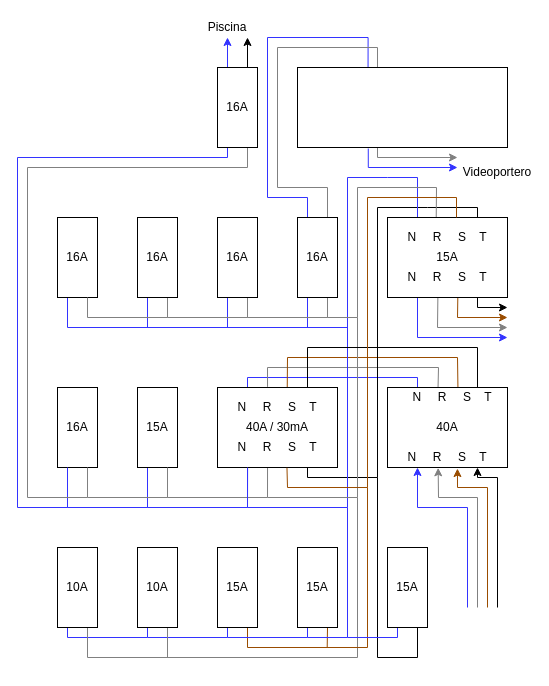
Earlier version of the draw.io diagram page "Antes" (1 of 2) of cuadro/cuadro.drawio (crguez/diagrams). Source tidied: cells renumbered, new cells numbered last; positions are measured from the earlier drawing's top-left corner, leaving out a move shared by most shapes. Both pictures are drawn from the tidied source at 100%, with x=0, y=0 at pixel (17, 17).
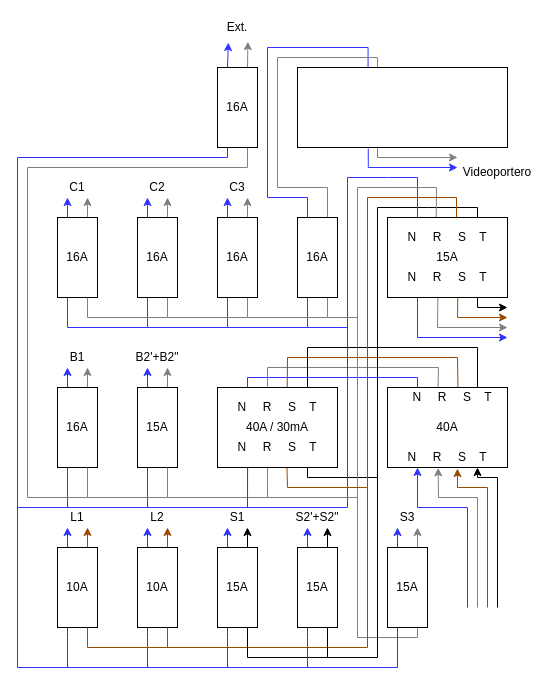
The same page after the edit.

The change refers to these unchanged cells:
```xml
<mxCell id="3" value="16A" style="whiteSpace=wrap;html=1;" parent="1" vertex="1">
  <mxGeometry x="40" y="200" width="40" height="80" as="geometry" />
</mxCell>
<mxCell id="6" value="16A" style="whiteSpace=wrap;html=1;" parent="1" vertex="1">
  <mxGeometry x="120" y="200" width="40" height="80" as="geometry" />
</mxCell>
<mxCell id="9" value="16A" style="whiteSpace=wrap;html=1;" parent="1" vertex="1">
  <mxGeometry x="200" y="200" width="40" height="80" as="geometry" />
</mxCell>
<mxCell id="14" value="16A" style="whiteSpace=wrap;html=1;" parent="1" vertex="1">
  <mxGeometry x="280" y="200" width="40" height="80" as="geometry" />
</mxCell>
<mxCell id="16" value="16A" style="whiteSpace=wrap;html=1;" parent="1" vertex="1">
  <mxGeometry x="40" y="370" width="40" height="80" as="geometry" />
</mxCell>
<mxCell id="19" value="15A" style="whiteSpace=wrap;html=1;" parent="1" vertex="1">
  <mxGeometry x="120" y="370" width="40" height="80" as="geometry" />
</mxCell>
<mxCell id="43" value="10A" style="whiteSpace=wrap;html=1;" parent="1" vertex="1">
  <mxGeometry x="40" y="530" width="40" height="80" as="geometry" />
</mxCell>
<mxCell id="46" value="10A" style="whiteSpace=wrap;html=1;" parent="1" vertex="1">
  <mxGeometry x="120" y="530" width="40" height="80" as="geometry" />
</mxCell>
<mxCell id="49" value="15A" style="whiteSpace=wrap;html=1;" parent="1" vertex="1">
  <mxGeometry x="200" y="530" width="40" height="80" as="geometry" />
</mxCell>
<mxCell id="52" value="15A" style="whiteSpace=wrap;html=1;" parent="1" vertex="1">
  <mxGeometry x="280" y="530" width="40" height="80" as="geometry" />
</mxCell>
<mxCell id="55" value="15A" style="whiteSpace=wrap;html=1;" parent="1" vertex="1">
  <mxGeometry x="370" y="530" width="40" height="80" as="geometry" />
</mxCell>
<mxCell id="60" value="16A" style="whiteSpace=wrap;html=1;" parent="1" vertex="1">
  <mxGeometry x="200" y="50" width="40" height="80" as="geometry" />
</mxCell>
<mxCell id="63" style="whiteSpace=wrap;html=1;" parent="1" vertex="1">
  <mxGeometry x="280" y="50" width="210" height="80" as="geometry" />
</mxCell>
```

What changed in the source:
```diff
@@
+    <mxCell id="73" style="edgeStyle=orthogonalEdgeStyle;rounded=0;jettySize=auto;html=1;exitX=0.25;exitY=0;exitDx=0;exitDy=0;strokeColor=#3333FF;" parent="1" edge="1" source="3">
+      <mxGeometry relative="1" as="geometry">
+        <mxPoint x="50" y="180" as="targetPoint" />
+      </mxGeometry>
+    </mxCell>
+    <mxCell id="74" style="edgeStyle=orthogonalEdgeStyle;rounded=0;jettySize=auto;html=1;exitX=0.75;exitY=0;exitDx=0;exitDy=0;strokeColor=#808080;" parent="1" edge="1" source="3">
+      <mxGeometry relative="1" as="geometry">
+        <mxPoint x="70" y="180" as="targetPoint" />
+      </mxGeometry>
+    </mxCell>
@@
+    <mxCell id="75" style="edgeStyle=orthogonalEdgeStyle;rounded=0;jettySize=auto;html=1;exitX=0.25;exitY=0;exitDx=0;exitDy=0;strokeColor=#3333FF;" parent="1" edge="1" source="6">
+      <mxGeometry relative="1" as="geometry">
+        <mxPoint x="130" y="180" as="targetPoint" />
+      </mxGeometry>
+    </mxCell>
+    <mxCell id="76" style="edgeStyle=orthogonalEdgeStyle;rounded=0;jettySize=auto;html=1;exitX=0.75;exitY=0;exitDx=0;exitDy=0;strokeColor=#808080;" parent="1" edge="1" source="6">
+      <mxGeometry relative="1" as="geometry">
+        <mxPoint x="150" y="180" as="targetPoint" />
+      </mxGeometry>
+    </mxCell>
@@
+    <mxCell id="77" style="edgeStyle=orthogonalEdgeStyle;rounded=0;jettySize=auto;html=1;exitX=0.25;exitY=0;exitDx=0;exitDy=0;strokeColor=#3333FF;" parent="1" edge="1" source="9">
+      <mxGeometry relative="1" as="geometry">
+        <mxPoint x="210" y="180" as="targetPoint" />
+      </mxGeometry>
+    </mxCell>
+    <mxCell id="78" style="edgeStyle=orthogonalEdgeStyle;rounded=0;jettySize=auto;html=1;exitX=0.75;exitY=0;exitDx=0;exitDy=0;strokeColor=#808080;" parent="1" edge="1" source="9">
+      <mxGeometry relative="1" as="geometry">
+        <mxPoint x="230" y="180" as="targetPoint" />
+      </mxGeometry>
+    </mxCell>
@@
     <mxCell id="12" style="edgeStyle=orthogonalEdgeStyle;rounded=0;jettySize=auto;html=1;exitX=0.25;exitY=0;exitDx=0;exitDy=0;strokeColor=#3333FF;entryX=0.336;entryY=0.016;entryDx=0;entryDy=0;entryPerimeter=0;endArrow=none;endFill=0;" parent="1" edge="1" source="14" target="63">
       <mxGeometry relative="1" as="geometry">
         <Array as="points">
           <mxPoint x="290" y="180" />
           <mxPoint x="250" y="180" />
-          <mxPoint x="250" y="20" />
-          <mxPoint x="351" y="20" />
+          <mxPoint x="250" y="30" />
+          <mxPoint x="351" y="30" />
           <mxPoint x="351" y="51" />
         </Array>
       </mxGeometry>
     </mxCell>
     <mxCell id="13" style="edgeStyle=orthogonalEdgeStyle;rounded=0;jettySize=auto;html=1;exitX=0.75;exitY=0;exitDx=0;exitDy=0;entryX=0.199;entryY=0.002;entryDx=0;entryDy=0;entryPerimeter=0;endArrow=none;endFill=0;strokeColor=#808080;" parent="1" edge="1" source="14" target="63">
       <mxGeometry relative="1" as="geometry">
         <Array as="points">
           <mxPoint x="310" y="170" />
           <mxPoint x="260" y="170" />
-          <mxPoint x="260" y="30" />
-          <mxPoint x="360" y="30" />
+          <mxPoint x="260" y="40" />
+          <mxPoint x="360" y="40" />
           <mxPoint x="360" y="50" />
         </Array>
       </mxGeometry>
     </mxCell>
@@
+    <mxCell id="79" style="edgeStyle=orthogonalEdgeStyle;rounded=0;jettySize=auto;html=1;exitX=0.25;exitY=0;exitDx=0;exitDy=0;strokeColor=#3333FF;" parent="1" edge="1" source="16">
+      <mxGeometry relative="1" as="geometry">
+        <mxPoint x="50" y="350" as="targetPoint" />
+      </mxGeometry>
+    </mxCell>
+    <mxCell id="80" style="edgeStyle=orthogonalEdgeStyle;rounded=0;jettySize=auto;html=1;exitX=0.75;exitY=0;exitDx=0;exitDy=0;strokeColor=#808080;" parent="1" edge="1" source="16">
+      <mxGeometry relative="1" as="geometry">
+        <mxPoint x="70" y="350" as="targetPoint" />
+      </mxGeometry>
+    </mxCell>
@@
+    <mxCell id="81" style="edgeStyle=orthogonalEdgeStyle;rounded=0;jettySize=auto;html=1;exitX=0.25;exitY=0;exitDx=0;exitDy=0;strokeColor=#3333FF;" parent="1" edge="1" source="19">
+      <mxGeometry relative="1" as="geometry">
+        <mxPoint x="130" y="350" as="targetPoint" />
+      </mxGeometry>
+    </mxCell>
+    <mxCell id="82" style="edgeStyle=orthogonalEdgeStyle;rounded=0;jettySize=auto;html=1;exitX=0.75;exitY=0;exitDx=0;exitDy=0;strokeColor=#808080;" parent="1" edge="1" source="19">
+      <mxGeometry relative="1" as="geometry">
+        <mxPoint x="150" y="350" as="targetPoint" />
+      </mxGeometry>
+    </mxCell>
@@
     <mxCell id="41" style="edgeStyle=none;rounded=0;jettySize=auto;html=1;exitX=0.25;exitY=1;exitDx=0;exitDy=0;endArrow=none;endFill=0;strokeColor=#3333FF;" parent="1" edge="1" source="43">
       <mxGeometry relative="1" as="geometry">
-        <mxPoint x="130" y="620" as="targetPoint" />
+        <mxPoint x="50" y="650" as="targetPoint" />
         <Array as="points">
           <mxPoint x="50" y="620" />
         </Array>
       </mxGeometry>
     </mxCell>
-    <mxCell id="42" style="edgeStyle=orthogonalEdgeStyle;rounded=0;jettySize=auto;html=1;exitX=0.75;exitY=1;exitDx=0;exitDy=0;endArrow=none;endFill=0;strokeColor=#808080;" parent="1" edge="1" source="43">
+    <mxCell id="42" style="edgeStyle=orthogonalEdgeStyle;rounded=0;jettySize=auto;html=1;endArrow=none;endFill=0;exitX=0.75;exitY=1;exitDx=0;exitDy=0;strokeColor=#808080;" parent="1" edge="1" source="55">
       <mxGeometry relative="1" as="geometry">
         <mxPoint x="340" y="480" as="targetPoint" />
         <Array as="points">
-          <mxPoint x="70" y="640" />
-          <mxPoint x="340" y="640" />
+          <mxPoint x="400" y="620" />
+          <mxPoint x="340" y="620" />
         </Array>
       </mxGeometry>
     </mxCell>
+    <mxCell id="83" style="edgeStyle=orthogonalEdgeStyle;rounded=0;jettySize=auto;html=1;exitX=0.25;exitY=0;exitDx=0;exitDy=0;strokeColor=#3333FF;" parent="1" edge="1" source="43">
+      <mxGeometry relative="1" as="geometry">
+        <mxPoint x="50" y="510" as="targetPoint" />
+      </mxGeometry>
+    </mxCell>
+    <mxCell id="84" style="edgeStyle=orthogonalEdgeStyle;rounded=0;jettySize=auto;html=1;exitX=0.75;exitY=0;exitDx=0;exitDy=0;entryX=0.75;entryY=1;entryDx=0;entryDy=0;strokeColor=#994C00;" parent="1" edge="1" source="43" target="94">
+      <mxGeometry relative="1" as="geometry" />
+    </mxCell>
@@
     <mxCell id="44" style="edgeStyle=none;rounded=0;jettySize=auto;html=1;exitX=0.25;exitY=1;exitDx=0;exitDy=0;endArrow=none;endFill=0;strokeColor=#3333FF;" parent="1" edge="1" source="46">
       <mxGeometry relative="1" as="geometry">
-        <mxPoint x="210" y="620" as="targetPoint" />
+        <mxPoint x="130" y="650" as="targetPoint" />
         <Array as="points">
           <mxPoint x="130" y="620" />
         </Array>
       </mxGeometry>
     </mxCell>
-    <mxCell id="45" style="edgeStyle=orthogonalEdgeStyle;rounded=0;jettySize=auto;html=1;exitX=0.75;exitY=1;exitDx=0;exitDy=0;endArrow=none;endFill=0;strokeColor=#808080;" parent="1" edge="1" source="46">
-      <mxGeometry relative="1" as="geometry">
-        <mxPoint x="150" y="640" as="targetPoint" />
-      </mxGeometry>
-    </mxCell>
+    <mxCell id="85" style="edgeStyle=orthogonalEdgeStyle;rounded=0;jettySize=auto;html=1;exitX=0.25;exitY=0;exitDx=0;exitDy=0;strokeColor=#3333FF;" parent="1" edge="1" source="46">
+      <mxGeometry relative="1" as="geometry">
+        <mxPoint x="130" y="510" as="targetPoint" />
+      </mxGeometry>
+    </mxCell>
+    <mxCell id="86" style="edgeStyle=orthogonalEdgeStyle;rounded=0;jettySize=auto;html=1;exitX=0.75;exitY=0;exitDx=0;exitDy=0;strokeColor=#994C00;" parent="1" edge="1" source="46">
+      <mxGeometry relative="1" as="geometry">
+        <mxPoint x="150" y="510" as="targetPoint" />
+      </mxGeometry>
+    </mxCell>
@@
-    <mxCell id="47" style="edgeStyle=none;rounded=0;jettySize=auto;html=1;exitX=0.75;exitY=1;exitDx=0;exitDy=0;endArrow=none;endFill=0;strokeColor=#994C00;" parent="1" edge="1" source="49">
+    <mxCell id="47" style="edgeStyle=none;rounded=0;jettySize=auto;html=1;exitX=0.75;exitY=1;exitDx=0;exitDy=0;endArrow=none;endFill=0;strokeColor=#994C00;" parent="1" edge="1" source="43">
       <mxGeometry relative="1" as="geometry">
         <mxPoint x="350" y="470" as="targetPoint" />
         <Array as="points">
-          <mxPoint x="230" y="630" />
+          <mxPoint x="70" y="630" />
           <mxPoint x="350" y="630" />
         </Array>
       </mxGeometry>
     </mxCell>
     <mxCell id="48" style="edgeStyle=none;rounded=0;jettySize=auto;html=1;exitX=0.25;exitY=1;exitDx=0;exitDy=0;endArrow=none;endFill=0;strokeColor=#3333FF;" parent="1" edge="1" source="49">
       <mxGeometry relative="1" as="geometry">
-        <mxPoint x="290" y="620" as="targetPoint" />
+        <mxPoint x="210" y="650" as="targetPoint" />
         <Array as="points">
           <mxPoint x="210" y="620" />
         </Array>
       </mxGeometry>
     </mxCell>
+    <mxCell id="87" style="edgeStyle=orthogonalEdgeStyle;rounded=0;jettySize=auto;html=1;exitX=0.25;exitY=0;exitDx=0;exitDy=0;strokeColor=#3333FF;" parent="1" edge="1" source="49">
+      <mxGeometry relative="1" as="geometry">
+        <mxPoint x="210" y="510" as="targetPoint" />
+      </mxGeometry>
+    </mxCell>
+    <mxCell id="88" style="edgeStyle=orthogonalEdgeStyle;rounded=0;jettySize=auto;html=1;exitX=0.75;exitY=0;exitDx=0;exitDy=0;" parent="1" edge="1" source="49">
+      <mxGeometry relative="1" as="geometry">
+        <mxPoint x="230" y="510" as="targetPoint" />
+      </mxGeometry>
+    </mxCell>
+    <mxCell id="89" style="edgeStyle=orthogonalEdgeStyle;rounded=0;jettySize=auto;html=1;exitX=0.75;exitY=1;exitDx=0;exitDy=0;endArrow=none;endFill=0;strokeColor=#000000;entryX=0.75;entryY=1;entryDx=0;entryDy=0;" parent="1" edge="1" source="49" target="52">
+      <mxGeometry relative="1" as="geometry">
+        <Array as="points">
+          <mxPoint x="230" y="640" />
+          <mxPoint x="310" y="640" />
+        </Array>
+      </mxGeometry>
+    </mxCell>
@@
-    <mxCell id="50" style="edgeStyle=none;rounded=0;jettySize=auto;html=1;exitX=0.75;exitY=1;exitDx=0;exitDy=0;endArrow=none;endFill=0;strokeColor=#994C00;" parent="1" edge="1" source="52">
+    <mxCell id="50" style="edgeStyle=none;rounded=0;jettySize=auto;html=1;exitX=0.75;exitY=1;exitDx=0;exitDy=0;endArrow=none;endFill=0;strokeColor=#994C00;" parent="1" edge="1" source="46">
       <mxGeometry relative="1" as="geometry">
-        <mxPoint x="309.7" y="630" as="targetPoint" />
+        <mxPoint x="150" y="630" as="targetPoint" />
       </mxGeometry>
     </mxCell>
     <mxCell id="51" style="edgeStyle=none;rounded=0;jettySize=auto;html=1;exitX=0.25;exitY=1;exitDx=0;exitDy=0;endArrow=none;endFill=0;strokeColor=#3333FF;" parent="1" edge="1" source="52">
       <mxGeometry relative="1" as="geometry">
-        <mxPoint x="330" y="620" as="targetPoint" />
+        <mxPoint x="290" y="650" as="targetPoint" />
         <Array as="points">
           <mxPoint x="290" y="620" />
         </Array>
       </mxGeometry>
     </mxCell>
+    <mxCell id="90" style="edgeStyle=orthogonalEdgeStyle;rounded=0;jettySize=auto;html=1;exitX=0.25;exitY=0;exitDx=0;exitDy=0;strokeColor=#3333FF;" parent="1" edge="1" source="52">
+      <mxGeometry relative="1" as="geometry">
+        <mxPoint x="290" y="510" as="targetPoint" />
+      </mxGeometry>
+    </mxCell>
+    <mxCell id="91" style="edgeStyle=orthogonalEdgeStyle;rounded=0;jettySize=auto;html=1;exitX=0.75;exitY=0;exitDx=0;exitDy=0;" parent="1" edge="1" source="52">
+      <mxGeometry relative="1" as="geometry">
+        <mxPoint x="310" y="510" as="targetPoint" />
+      </mxGeometry>
+    </mxCell>
@@
-    <mxCell id="53" style="edgeStyle=none;rounded=0;jettySize=auto;html=1;exitX=0.75;exitY=1;exitDx=0;exitDy=0;endArrow=none;endFill=0;" parent="1" edge="1" source="55">
+    <mxCell id="53" style="edgeStyle=none;rounded=0;jettySize=auto;html=1;exitX=0.75;exitY=1;exitDx=0;exitDy=0;endArrow=none;endFill=0;" parent="1" edge="1" source="52">
       <mxGeometry relative="1" as="geometry">
         <mxPoint x="360" y="460" as="targetPoint" />
         <Array as="points">
-          <mxPoint x="400" y="640" />
+          <mxPoint x="310" y="640" />
           <mxPoint x="360" y="640" />
         </Array>
       </mxGeometry>
     </mxCell>
     <mxCell id="54" style="edgeStyle=none;rounded=0;jettySize=auto;html=1;exitX=0.25;exitY=1;exitDx=0;exitDy=0;endArrow=none;endFill=0;strokeColor=#3333FF;" parent="1" edge="1" source="55">
       <mxGeometry relative="1" as="geometry">
-        <mxPoint x="330" y="490" as="targetPoint" />
+        <mxPoint y="490" as="targetPoint" />
         <Array as="points">
-          <mxPoint x="380" y="620" />
-          <mxPoint x="330" y="620" />
+          <mxPoint x="380" y="650" />
+          <mxPoint y="650" />
         </Array>
       </mxGeometry>
     </mxCell>
+    <mxCell id="92" style="edgeStyle=orthogonalEdgeStyle;rounded=0;jettySize=auto;html=1;exitX=0.25;exitY=0;exitDx=0;exitDy=0;strokeColor=#3333FF;" parent="1" edge="1" source="55">
+      <mxGeometry relative="1" as="geometry">
+        <mxPoint x="380" y="510" as="targetPoint" />
+      </mxGeometry>
+    </mxCell>
+    <mxCell id="93" style="edgeStyle=orthogonalEdgeStyle;rounded=0;jettySize=auto;html=1;exitX=0.75;exitY=0;exitDx=0;exitDy=0;strokeColor=#808080;" parent="1" edge="1" source="55">
+      <mxGeometry relative="1" as="geometry">
+        <mxPoint x="400" y="510" as="targetPoint" />
+      </mxGeometry>
+    </mxCell>
@@
-    <mxCell id="58" style="edgeStyle=orthogonalEdgeStyle;rounded=0;jettySize=auto;html=1;exitX=0.25;exitY=0;exitDx=0;exitDy=0;strokeColor=#3333FF;" parent="1" edge="1" source="60" target="71">
+    <mxCell id="58" style="edgeStyle=orthogonalEdgeStyle;rounded=0;jettySize=auto;html=1;exitX=0.25;exitY=0;exitDx=0;exitDy=0;strokeColor=#3333FF;entryX=0.271;entryY=1.252;entryDx=0;entryDy=0;entryPerimeter=0;" parent="1" edge="1" source="60" target="71">
       <mxGeometry relative="1" as="geometry" />
     </mxCell>
-    <mxCell id="59" style="edgeStyle=orthogonalEdgeStyle;rounded=0;jettySize=auto;html=1;exitX=0.75;exitY=0;exitDx=0;exitDy=0;" parent="1" edge="1" source="60">
-      <mxGeometry relative="1" as="geometry">
-        <mxPoint x="230" y="20" as="targetPoint" />
-      </mxGeometry>
+    <mxCell id="59" style="edgeStyle=orthogonalEdgeStyle;rounded=0;jettySize=auto;html=1;exitX=0.75;exitY=0;exitDx=0;exitDy=0;strokeColor=#808080;entryX=0.76;entryY=1.205;entryDx=0;entryDy=0;entryPerimeter=0;" parent="1" edge="1" source="60" target="71">
+      <mxGeometry relative="1" as="geometry" />
     </mxCell>
@@
-    <mxCell id="71" value="Piscina" style="text;html=1;strokeColor=none;fillColor=none;align=center;verticalAlign=middle;whiteSpace=wrap;rounded=0;" parent="1" vertex="1">
-      <mxGeometry x="190" width="40" height="20" as="geometry" />
+    <mxCell id="71" value="Ext." style="text;html=1;strokeColor=none;fillColor=none;align=center;verticalAlign=middle;whiteSpace=wrap;rounded=0;" parent="1" vertex="1">
+      <mxGeometry x="200" width="40" height="20" as="geometry" />
     </mxCell>
@@
+    <mxCell id="94" value="L1" style="text;html=1;strokeColor=none;fillColor=none;align=center;verticalAlign=middle;whiteSpace=wrap;rounded=0;" parent="1" vertex="1">
+      <mxGeometry x="40" y="490" width="40" height="20" as="geometry" />
+    </mxCell>
+    <mxCell id="95" value="L2" style="text;html=1;strokeColor=none;fillColor=none;align=center;verticalAlign=middle;whiteSpace=wrap;rounded=0;" parent="1" vertex="1">
+      <mxGeometry x="120" y="490" width="40" height="20" as="geometry" />
+    </mxCell>
+    <mxCell id="96" value="S1" style="text;html=1;strokeColor=none;fillColor=none;align=center;verticalAlign=middle;whiteSpace=wrap;rounded=0;" parent="1" vertex="1">
+      <mxGeometry x="200" y="490" width="40" height="20" as="geometry" />
+    </mxCell>
+    <mxCell id="97" value="S2'+S2&quot;" style="text;html=1;strokeColor=none;fillColor=none;align=center;verticalAlign=middle;whiteSpace=wrap;rounded=0;" parent="1" vertex="1">
+      <mxGeometry x="280" y="490" width="40" height="20" as="geometry" />
+    </mxCell>
+    <mxCell id="98" value="S3" style="text;html=1;strokeColor=none;fillColor=none;align=center;verticalAlign=middle;whiteSpace=wrap;rounded=0;" parent="1" vertex="1">
+      <mxGeometry x="370" y="490" width="40" height="20" as="geometry" />
+    </mxCell>
+    <mxCell id="99" value="B1" style="text;html=1;strokeColor=none;fillColor=none;align=center;verticalAlign=middle;whiteSpace=wrap;rounded=0;" parent="1" vertex="1">
+      <mxGeometry x="40" y="330" width="40" height="20" as="geometry" />
+    </mxCell>
+    <mxCell id="100" value="B2'+B2&quot;" style="text;html=1;strokeColor=none;fillColor=none;align=center;verticalAlign=middle;whiteSpace=wrap;rounded=0;" parent="1" vertex="1">
+      <mxGeometry x="120" y="330" width="40" height="20" as="geometry" />
+    </mxCell>
+    <mxCell id="101" value="C1" style="text;html=1;strokeColor=none;fillColor=none;align=center;verticalAlign=middle;whiteSpace=wrap;rounded=0;" parent="1" vertex="1">
+      <mxGeometry x="40" y="160" width="40" height="20" as="geometry" />
+    </mxCell>
+    <mxCell id="102" value="C2" style="text;html=1;strokeColor=none;fillColor=none;align=center;verticalAlign=middle;whiteSpace=wrap;rounded=0;" parent="1" vertex="1">
+      <mxGeometry x="120" y="160" width="40" height="20" as="geometry" />
+    </mxCell>
+    <mxCell id="103" value="C3" style="text;html=1;strokeColor=none;fillColor=none;align=center;verticalAlign=middle;whiteSpace=wrap;rounded=0;" parent="1" vertex="1">
+      <mxGeometry x="200" y="160" width="40" height="20" as="geometry" />
+    </mxCell>
```
